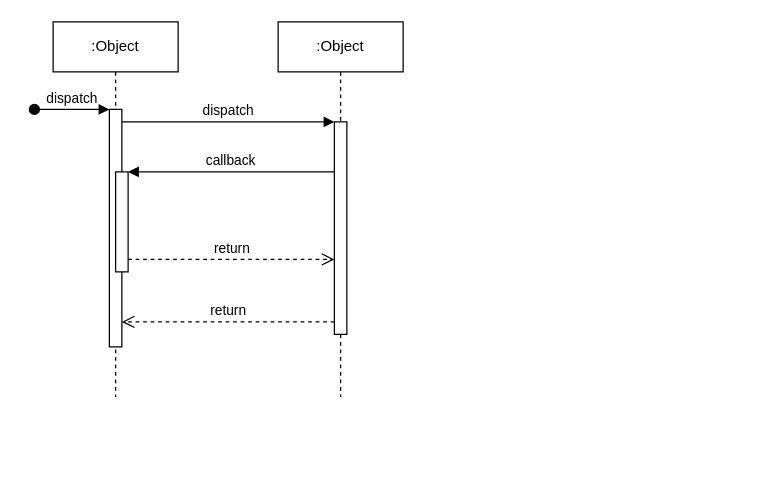
yh1401/Learn keeps this draw.io diagram as 未命名绘图.drawio. Above is the earlier version. Source tidied: cells renumbered, new cells numbered last; positions are measured from the earlier drawing's top-left corner, leaving out a move shared by most shapes. Both pictures are drawn from the tidied source at 125%, with x=0, y=0 at pixel (34, 21).
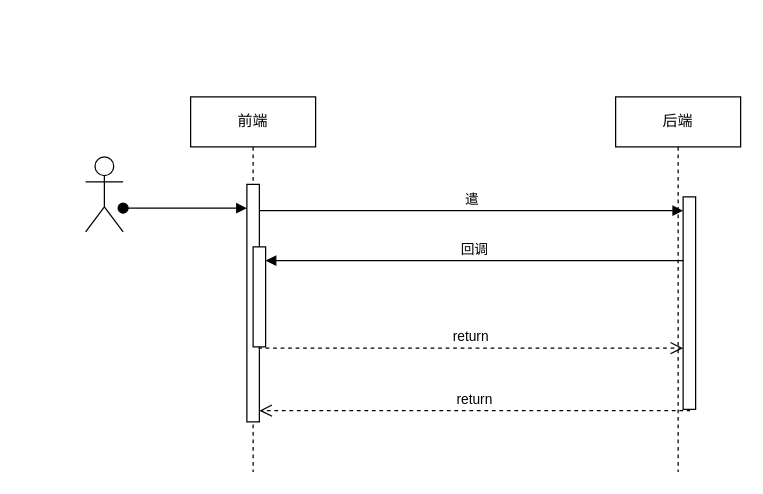
After the change.

Commit message:
更新未命名绘图.drawio

What changed in the source:
```diff
@@
 <mxGraphModel>
   <root>
     <mxCell id="0" />
     <mxCell id="1" parent="0" />
-    <mxCell id="2" value=":Object" style="shape=umlLifeline;perimeter=lifelinePerimeter;whiteSpace=wrap;html=1;newEdgeStyle={&quot;edgeStyle&quot;:&quot;elbowEdgeStyle&quot;,&quot;elbow&quot;:&quot;vertical&quot;,&quot;curved&quot;:0,&quot;rounded&quot;:0};" parent="1" vertex="1">
-      <mxGeometry x="15" width="100" height="300" as="geometry" />
+    <mxCell id="2" value="前端" style="shape=umlLifeline;perimeter=lifelinePerimeter;whiteSpace=wrap;html=1;newEdgeStyle={&quot;edgeStyle&quot;:&quot;elbowEdgeStyle&quot;,&quot;elbow&quot;:&quot;vertical&quot;,&quot;curved&quot;:0,&quot;rounded&quot;:0};" parent="1" vertex="1">
+      <mxGeometry x="125" y="60" width="100" height="300" as="geometry" />
     </mxCell>
     <mxCell id="3" style="html=1;points=[];perimeter=orthogonalPerimeter;outlineConnect=0;targetShapes=umlLifeline;portConstraint=eastwest;newEdgeStyle={&quot;edgeStyle&quot;:&quot;elbowEdgeStyle&quot;,&quot;elbow&quot;:&quot;vertical&quot;,&quot;curved&quot;:0,&quot;rounded&quot;:0};" parent="2" vertex="1">
       <mxGeometry x="45" y="70" width="10" height="190" as="geometry" />
     </mxCell>
-    <mxCell id="4" value="dispatch" style="html=1;verticalAlign=bottom;startArrow=oval;endArrow=block;startSize=8;edgeStyle=elbowEdgeStyle;elbow=vertical;curved=0;rounded=0;" parent="2" edge="1" target="3">
-      <mxGeometry relative="1" as="geometry">
-        <mxPoint x="-15" y="70" as="sourcePoint" />
-      </mxGeometry>
+    <mxCell id="4" style="html=1;verticalAlign=bottom;startArrow=oval;endArrow=block;startSize=8;edgeStyle=elbowEdgeStyle;elbow=vertical;curved=0;rounded=0;" parent="2" edge="1" source="12" target="3">
+      <mxGeometry relative="1" as="geometry" />
     </mxCell>
     <mxCell id="5" style="html=1;points=[];perimeter=orthogonalPerimeter;outlineConnect=0;targetShapes=umlLifeline;portConstraint=eastwest;newEdgeStyle={&quot;edgeStyle&quot;:&quot;elbowEdgeStyle&quot;,&quot;elbow&quot;:&quot;vertical&quot;,&quot;curved&quot;:0,&quot;rounded&quot;:0};" parent="2" vertex="1">
       <mxGeometry x="50" y="120" width="10" height="80" as="geometry" />
     </mxCell>
+    <mxCell id="12" style="shape=umlActor;verticalLabelPosition=bottom;verticalAlign=top;html=1;outlineConnect=0;" parent="2" vertex="1">
+      <mxGeometry x="-84" y="48" width="30" height="60" as="geometry" />
+    </mxCell>
-    <mxCell id="6" value=":Object" style="shape=umlLifeline;perimeter=lifelinePerimeter;whiteSpace=wrap;html=1;newEdgeStyle={&quot;edgeStyle&quot;:&quot;elbowEdgeStyle&quot;,&quot;elbow&quot;:&quot;vertical&quot;,&quot;curved&quot;:0,&quot;rounded&quot;:0};" parent="1" vertex="1">
-      <mxGeometry x="195" width="100" height="300" as="geometry" />
+    <mxCell id="6" value="后端" style="shape=umlLifeline;perimeter=lifelinePerimeter;whiteSpace=wrap;html=1;newEdgeStyle={&quot;edgeStyle&quot;:&quot;elbowEdgeStyle&quot;,&quot;elbow&quot;:&quot;vertical&quot;,&quot;curved&quot;:0,&quot;rounded&quot;:0};" parent="1" vertex="1">
+      <mxGeometry x="465" y="60" width="100" height="300" as="geometry" />
     </mxCell>
     <mxCell id="7" style="html=1;points=[];perimeter=orthogonalPerimeter;outlineConnect=0;targetShapes=umlLifeline;portConstraint=eastwest;newEdgeStyle={&quot;edgeStyle&quot;:&quot;elbowEdgeStyle&quot;,&quot;elbow&quot;:&quot;vertical&quot;,&quot;curved&quot;:0,&quot;rounded&quot;:0};" parent="6" vertex="1">
-      <mxGeometry x="45" y="80" width="10" height="170" as="geometry" />
+      <mxGeometry x="54" y="80" width="10" height="170" as="geometry" />
     </mxCell>
-    <mxCell id="8" value="dispatch" style="html=1;verticalAlign=bottom;endArrow=block;edgeStyle=elbowEdgeStyle;elbow=vertical;curved=0;rounded=0;" parent="1" edge="1" source="3" target="7">
+    <mxCell id="8" value="遣" style="html=1;verticalAlign=bottom;endArrow=block;edgeStyle=elbowEdgeStyle;elbow=vertical;curved=0;rounded=0;" parent="1" edge="1" source="3" target="7">
       <mxGeometry relative="1" as="geometry">
         <Array as="points">
-          <mxPoint x="155" y="80" />
+          <mxPoint x="265" y="151" />
         </Array>
       </mxGeometry>
     </mxCell>
     <mxCell id="9" value="return" style="html=1;verticalAlign=bottom;endArrow=open;dashed=1;endSize=8;edgeStyle=elbowEdgeStyle;elbow=vertical;curved=0;rounded=0;" parent="1" edge="1" source="7" target="3">
       <mxGeometry relative="1" as="geometry">
         <Array as="points">
-          <mxPoint x="165" y="240" />
+          <mxPoint x="275" y="311" />
         </Array>
       </mxGeometry>
     </mxCell>
-    <mxCell id="10" value="callback" style="html=1;verticalAlign=bottom;endArrow=block;edgeStyle=elbowEdgeStyle;elbow=vertical;curved=0;rounded=0;" parent="1" edge="1" source="7" target="5">
+    <mxCell id="10" value="回调" style="html=1;verticalAlign=bottom;endArrow=block;edgeStyle=elbowEdgeStyle;elbow=vertical;curved=0;rounded=0;" parent="1" edge="1" source="7" target="5">
       <mxGeometry relative="1" as="geometry">
         <Array as="points">
-          <mxPoint x="165" y="120" />
+          <mxPoint x="275" y="191" />
         </Array>
       </mxGeometry>
     </mxCell>
     <mxCell id="11" value="return" style="html=1;verticalAlign=bottom;endArrow=open;dashed=1;endSize=8;edgeStyle=elbowEdgeStyle;elbow=vertical;curved=0;rounded=0;" parent="1" edge="1" source="5" target="7">
       <mxGeometry relative="1" as="geometry">
         <Array as="points">
-          <mxPoint x="155" y="190" />
+          <mxPoint x="265" y="261" />
         </Array>
       </mxGeometry>
     </mxCell>
   </root>
 </mxGraphModel>
```
